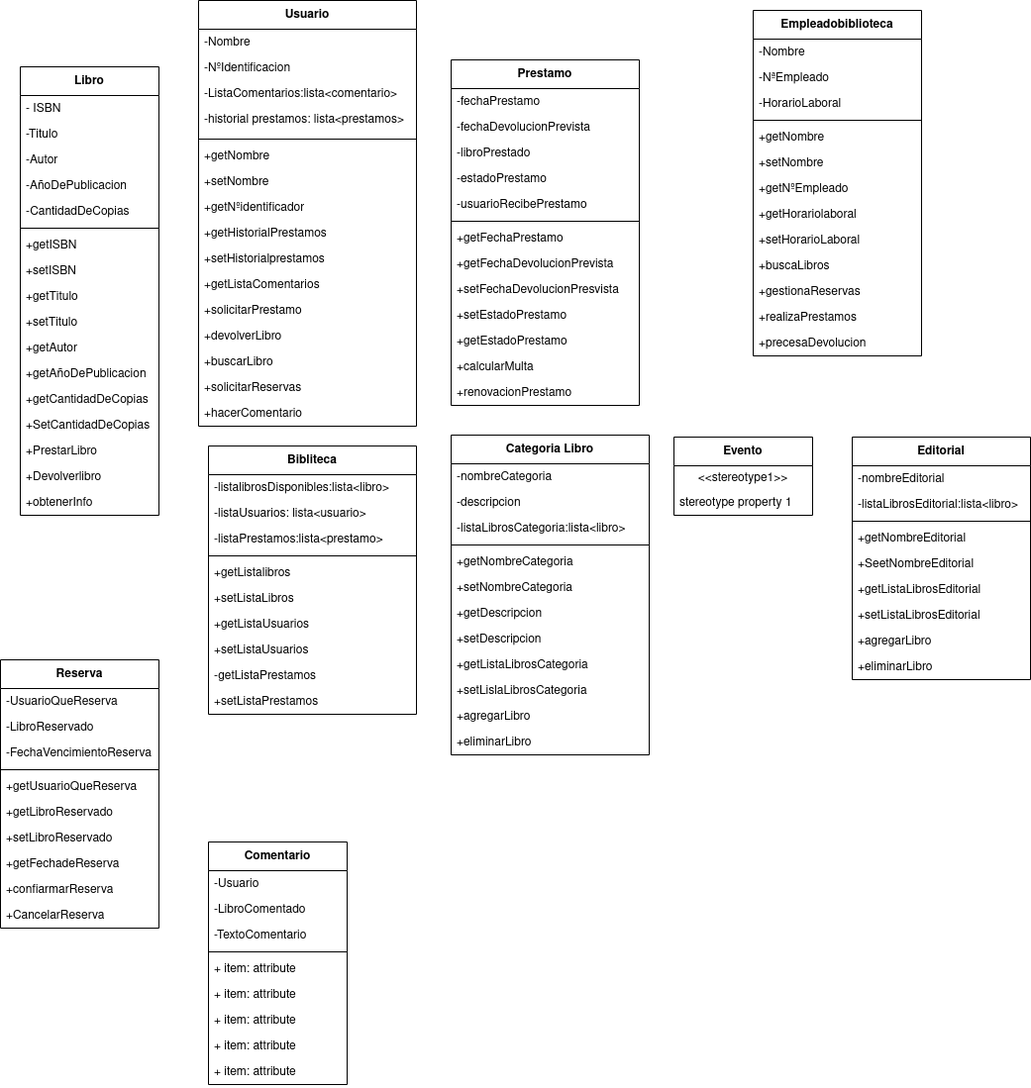
Before: practicas/DiagramaDeClasesProyecto.png, a diagram exported from draw.io (adogonz23/programacion). Source tidied: cells renumbered, new cells last; positions are measured from the earlier drawing's top-left corner, leaving out a move shared by most shapes.
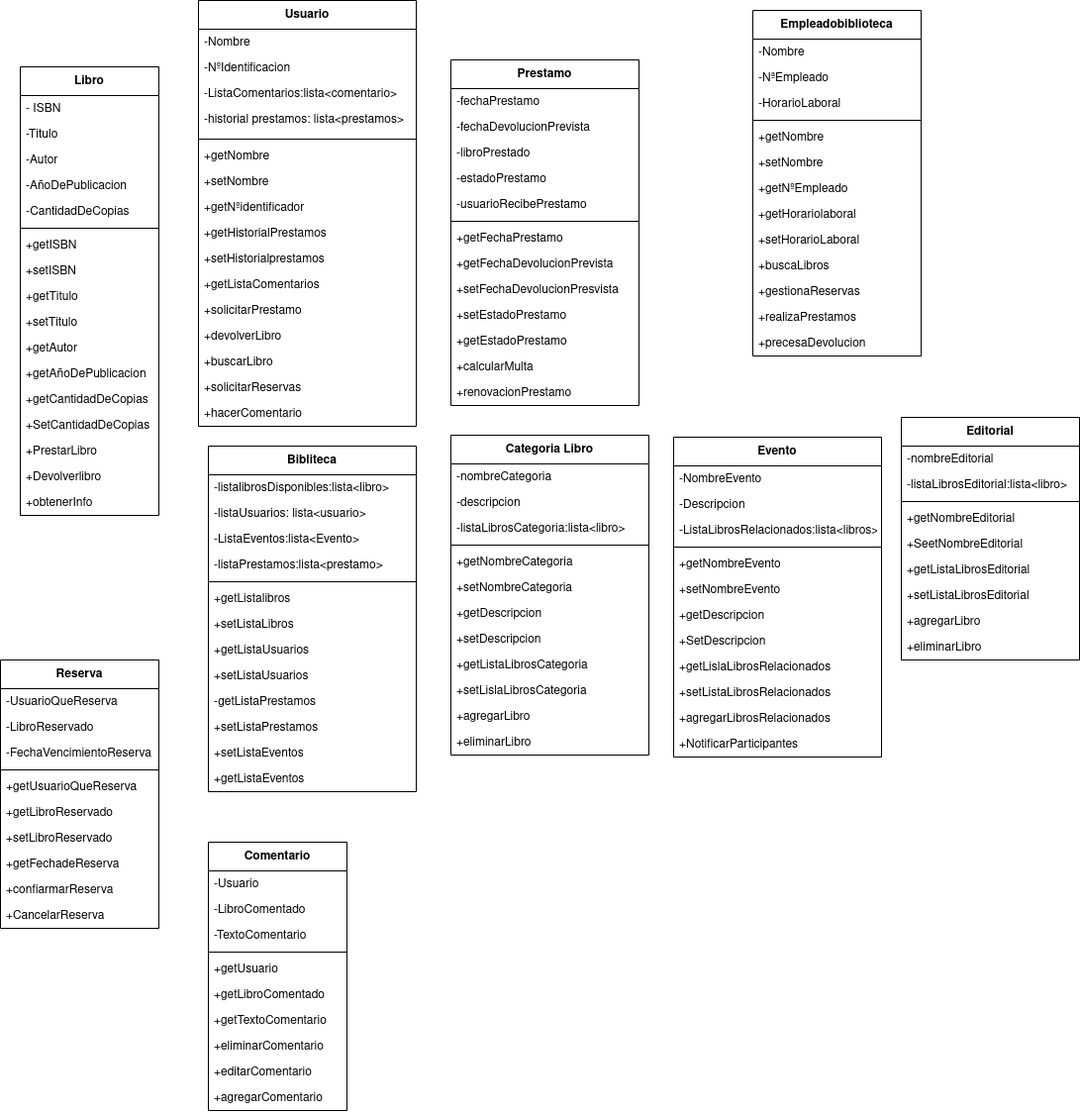
Above is the later version.

The edit, as a diff of the source:
```diff
@@ -3,7 +3,7 @@
     <mxCell id="0" />
     <mxCell id="1" parent="0" />
     <mxCell id="2" value="Bibliteca" style="swimlane;fontStyle=1;align=center;verticalAlign=middle;horizontal=1;startSize=29;html=1;whiteSpace=wrap;" parent="1" vertex="1">
-      <mxGeometry x="210" y="450" width="210" height="271" as="geometry" />
+      <mxGeometry x="210" y="450" width="210" height="349" as="geometry" />
     </mxCell>
     <mxCell id="3" value="-listalibrosDisponibles:lista&amp;lt;libro&amp;gt;" style="text;strokeColor=none;fillColor=none;align=left;verticalAlign=top;spacingLeft=4;spacingRight=4;overflow=hidden;whiteSpace=wrap;html=1;" parent="2" vertex="1">
       <mxGeometry y="29" width="210" height="26" as="geometry" />
@@ -11,30 +11,39 @@
     <mxCell id="4" value="-listaUsuarios: lista&amp;lt;usuario&amp;gt;" style="text;strokeColor=none;fillColor=none;align=left;verticalAlign=top;spacingLeft=4;spacingRight=4;overflow=hidden;whiteSpace=wrap;html=1;" parent="2" vertex="1">
       <mxGeometry y="55" width="210" height="26" as="geometry" />
     </mxCell>
+    <mxCell id="123" value="-ListaEventos:lista&amp;lt;Evento&amp;gt;" style="text;strokeColor=none;fillColor=none;align=left;verticalAlign=top;spacingLeft=4;spacingRight=4;overflow=hidden;whiteSpace=wrap;html=1;" parent="2" vertex="1">
+      <mxGeometry y="81" width="210" height="26" as="geometry" />
+    </mxCell>
     <mxCell id="5" value="-listaPrestamos:lista&amp;lt;prestamo&amp;gt;" style="text;strokeColor=none;fillColor=none;align=left;verticalAlign=top;spacingLeft=4;spacingRight=4;overflow=hidden;whiteSpace=wrap;html=1;" parent="2" vertex="1">
-      <mxGeometry y="81" width="210" height="26" as="geometry" />
+      <mxGeometry y="107" width="210" height="26" as="geometry" />
     </mxCell>
     <mxCell id="6" style="line;strokeWidth=1;fillColor=none;align=left;verticalAlign=middle;spacingTop=-1;spacingLeft=3;spacingRight=3;labelPosition=right;strokeColor=inherit;" parent="2" vertex="1">
-      <mxGeometry y="107" width="210" height="8" as="geometry" />
+      <mxGeometry y="133" width="210" height="8" as="geometry" />
     </mxCell>
     <mxCell id="7" value="+getListalibros" style="text;strokeColor=none;fillColor=none;align=left;verticalAlign=top;spacingLeft=4;spacingRight=4;overflow=hidden;whiteSpace=wrap;html=1;" parent="2" vertex="1">
-      <mxGeometry y="115" width="210" height="26" as="geometry" />
+      <mxGeometry y="141" width="210" height="26" as="geometry" />
     </mxCell>
     <mxCell id="8" value="+setListaLibros" style="text;strokeColor=none;fillColor=none;align=left;verticalAlign=top;spacingLeft=4;spacingRight=4;overflow=hidden;whiteSpace=wrap;html=1;" parent="2" vertex="1">
-      <mxGeometry y="141" width="210" height="26" as="geometry" />
+      <mxGeometry y="167" width="210" height="26" as="geometry" />
     </mxCell>
     <mxCell id="9" value="+getListaUsuarios" style="text;strokeColor=none;fillColor=none;align=left;verticalAlign=top;spacingLeft=4;spacingRight=4;overflow=hidden;whiteSpace=wrap;html=1;" parent="2" vertex="1">
-      <mxGeometry y="167" width="210" height="26" as="geometry" />
+      <mxGeometry y="193" width="210" height="26" as="geometry" />
     </mxCell>
     <mxCell id="10" value="+setListaUsuarios" style="text;strokeColor=none;fillColor=none;align=left;verticalAlign=top;spacingLeft=4;spacingRight=4;overflow=hidden;whiteSpace=wrap;html=1;" parent="2" vertex="1">
-      <mxGeometry y="193" width="210" height="26" as="geometry" />
+      <mxGeometry y="219" width="210" height="26" as="geometry" />
     </mxCell>
     <mxCell id="11" value="-getListaPrestamos" style="text;strokeColor=none;fillColor=none;align=left;verticalAlign=top;spacingLeft=4;spacingRight=4;overflow=hidden;whiteSpace=wrap;html=1;" parent="2" vertex="1">
-      <mxGeometry y="219" width="210" height="26" as="geometry" />
+      <mxGeometry y="245" width="210" height="26" as="geometry" />
     </mxCell>
     <mxCell id="12" value="+setListaPrestamos" style="text;strokeColor=none;fillColor=none;align=left;verticalAlign=top;spacingLeft=4;spacingRight=4;overflow=hidden;whiteSpace=wrap;html=1;" parent="2" vertex="1">
-      <mxGeometry y="245" width="210" height="26" as="geometry" />
+      <mxGeometry y="271" width="210" height="26" as="geometry" />
     </mxCell>
+    <mxCell id="124" value="+setListaEventos" style="text;strokeColor=none;fillColor=none;align=left;verticalAlign=top;spacingLeft=4;spacingRight=4;overflow=hidden;whiteSpace=wrap;html=1;" parent="2" vertex="1">
+      <mxGeometry y="297" width="210" height="26" as="geometry" />
+    </mxCell>
+    <mxCell id="125" value="+getListaEventos" style="text;strokeColor=none;fillColor=none;align=left;verticalAlign=top;spacingLeft=4;spacingRight=4;overflow=hidden;whiteSpace=wrap;html=1;" parent="2" vertex="1">
+      <mxGeometry y="323" width="210" height="26" as="geometry" />
+    </mxCell>
     <mxCell id="13" value="Prestamo" style="swimlane;fontStyle=1;align=center;verticalAlign=middle;horizontal=1;startSize=29;html=1;whiteSpace=wrap;" parent="1" vertex="1">
       <mxGeometry x="455" y="60" width="190" height="349" as="geometry" />
     </mxCell>
@@ -216,7 +225,7 @@
       <mxGeometry y="245" width="160" height="26" as="geometry" />
     </mxCell>
     <mxCell id="73" value="Comentario" style="swimlane;fontStyle=1;align=center;verticalAlign=middle;horizontal=1;startSize=29;html=1;whiteSpace=wrap;" parent="1" vertex="1">
-      <mxGeometry x="210" y="850" width="140" height="245" as="geometry" />
+      <mxGeometry x="210" y="850" width="140" height="271" as="geometry" />
     </mxCell>
     <mxCell id="74" value="-Usuario" style="text;strokeColor=none;fillColor=none;align=left;verticalAlign=top;spacingLeft=4;spacingRight=4;overflow=hidden;whiteSpace=wrap;html=1;" parent="73" vertex="1">
       <mxGeometry y="29" width="140" height="26" as="geometry" />
@@ -230,32 +239,65 @@
     <mxCell id="77" style="line;strokeWidth=1;fillColor=none;align=left;verticalAlign=middle;spacingTop=-1;spacingLeft=3;spacingRight=3;labelPosition=right;strokeColor=inherit;" parent="73" vertex="1">
       <mxGeometry y="107" width="140" height="8" as="geometry" />
     </mxCell>
-    <mxCell id="78" value="+ item: attribute" style="text;strokeColor=none;fillColor=none;align=left;verticalAlign=top;spacingLeft=4;spacingRight=4;overflow=hidden;whiteSpace=wrap;html=1;" parent="73" vertex="1">
+    <mxCell id="78" value="+getUsuario" style="text;strokeColor=none;fillColor=none;align=left;verticalAlign=top;spacingLeft=4;spacingRight=4;overflow=hidden;whiteSpace=wrap;html=1;" parent="73" vertex="1">
       <mxGeometry y="115" width="140" height="26" as="geometry" />
     </mxCell>
-    <mxCell id="79" value="+ item: attribute" style="text;strokeColor=none;fillColor=none;align=left;verticalAlign=top;spacingLeft=4;spacingRight=4;overflow=hidden;whiteSpace=wrap;html=1;" parent="73" vertex="1">
+    <mxCell id="79" value="+getLibroComentado" style="text;strokeColor=none;fillColor=none;align=left;verticalAlign=top;spacingLeft=4;spacingRight=4;overflow=hidden;whiteSpace=wrap;html=1;" parent="73" vertex="1">
       <mxGeometry y="141" width="140" height="26" as="geometry" />
     </mxCell>
-    <mxCell id="80" value="+ item: attribute" style="text;strokeColor=none;fillColor=none;align=left;verticalAlign=top;spacingLeft=4;spacingRight=4;overflow=hidden;whiteSpace=wrap;html=1;" parent="73" vertex="1">
+    <mxCell id="80" value="+getTextoComentario" style="text;strokeColor=none;fillColor=none;align=left;verticalAlign=top;spacingLeft=4;spacingRight=4;overflow=hidden;whiteSpace=wrap;html=1;" parent="73" vertex="1">
       <mxGeometry y="167" width="140" height="26" as="geometry" />
     </mxCell>
-    <mxCell id="81" value="+ item: attribute" style="text;strokeColor=none;fillColor=none;align=left;verticalAlign=top;spacingLeft=4;spacingRight=4;overflow=hidden;whiteSpace=wrap;html=1;" parent="73" vertex="1">
+    <mxCell id="81" value="+eliminarComentario" style="text;strokeColor=none;fillColor=none;align=left;verticalAlign=top;spacingLeft=4;spacingRight=4;overflow=hidden;whiteSpace=wrap;html=1;" parent="73" vertex="1">
       <mxGeometry y="193" width="140" height="26" as="geometry" />
     </mxCell>
+    <mxCell id="126" value="+editarComentario" style="text;strokeColor=none;fillColor=none;align=left;verticalAlign=top;spacingLeft=4;spacingRight=4;overflow=hidden;whiteSpace=wrap;html=1;" parent="73" vertex="1">
+      <mxGeometry y="219" width="140" height="26" as="geometry" />
+    </mxCell>
-    <mxCell id="82" value="+ item: attribute" style="text;strokeColor=none;fillColor=none;align=left;verticalAlign=top;spacingLeft=4;spacingRight=4;overflow=hidden;whiteSpace=wrap;html=1;" parent="73" vertex="1">
-      <mxGeometry y="219" width="140" height="26" as="geometry" />
+    <mxCell id="82" value="+agregarComentario" style="text;strokeColor=none;fillColor=none;align=left;verticalAlign=top;spacingLeft=4;spacingRight=4;overflow=hidden;whiteSpace=wrap;html=1;" parent="73" vertex="1">
+      <mxGeometry y="245" width="140" height="26" as="geometry" />
     </mxCell>
     <mxCell id="83" value="Evento" style="swimlane;fontStyle=1;align=center;verticalAlign=middle;horizontal=1;startSize=29;html=1;whiteSpace=wrap;" parent="1" vertex="1">
-      <mxGeometry x="680" y="441" width="140" height="79" as="geometry" />
+      <mxGeometry x="680" y="441" width="210" height="323" as="geometry" />
     </mxCell>
-    <mxCell id="84" value="&amp;lt;&amp;lt;stereotype1&amp;gt;&amp;gt;" style="text;html=1;strokeColor=none;fillColor=none;align=center;verticalAlign=middle;spacingLeft=4;spacingRight=4;overflow=hidden;whiteSpace=wrap;" parent="83" vertex="1">
-      <mxGeometry y="29" width="140" height="25" as="geometry" />
-    </mxCell>
-    <mxCell id="85" value="stereotype property 1" style="text;html=1;strokeColor=none;fillColor=none;align=left;verticalAlign=middle;spacingLeft=4;spacingRight=4;overflow=hidden;whiteSpace=wrap;" parent="83" vertex="1">
-      <mxGeometry y="54" width="140" height="25" as="geometry" />
-    </mxCell>
+    <mxCell id="127" value="-NombreEvento" style="text;strokeColor=none;fillColor=none;align=left;verticalAlign=top;spacingLeft=4;spacingRight=4;overflow=hidden;whiteSpace=wrap;html=1;" parent="83" vertex="1">
+      <mxGeometry y="29" width="210" height="26" as="geometry" />
+    </mxCell>
+    <mxCell id="128" value="-Descripcion" style="text;strokeColor=none;fillColor=none;align=left;verticalAlign=top;spacingLeft=4;spacingRight=4;overflow=hidden;whiteSpace=wrap;html=1;" parent="83" vertex="1">
+      <mxGeometry y="55" width="210" height="26" as="geometry" />
+    </mxCell>
+    <mxCell id="129" value="-ListaLibrosRelacionados:lista&amp;lt;libros&amp;gt;" style="text;strokeColor=none;fillColor=none;align=left;verticalAlign=top;spacingLeft=4;spacingRight=4;overflow=hidden;whiteSpace=wrap;html=1;" parent="83" vertex="1">
+      <mxGeometry y="81" width="210" height="26" as="geometry" />
+    </mxCell>
+    <mxCell id="130" style="line;strokeWidth=1;fillColor=none;align=left;verticalAlign=middle;spacingTop=-1;spacingLeft=3;spacingRight=3;labelPosition=right;strokeColor=inherit;" parent="83" vertex="1">
+      <mxGeometry y="107" width="210" height="8" as="geometry" />
+    </mxCell>
+    <mxCell id="131" value="+getNombreEvento" style="text;strokeColor=none;fillColor=none;align=left;verticalAlign=top;spacingLeft=4;spacingRight=4;overflow=hidden;whiteSpace=wrap;html=1;" parent="83" vertex="1">
+      <mxGeometry y="115" width="210" height="26" as="geometry" />
+    </mxCell>
+    <mxCell id="132" value="+setNombreEvento" style="text;strokeColor=none;fillColor=none;align=left;verticalAlign=top;spacingLeft=4;spacingRight=4;overflow=hidden;whiteSpace=wrap;html=1;" parent="83" vertex="1">
+      <mxGeometry y="141" width="210" height="26" as="geometry" />
+    </mxCell>
+    <mxCell id="133" value="+getDescripcion" style="text;strokeColor=none;fillColor=none;align=left;verticalAlign=top;spacingLeft=4;spacingRight=4;overflow=hidden;whiteSpace=wrap;html=1;" parent="83" vertex="1">
+      <mxGeometry y="167" width="210" height="26" as="geometry" />
+    </mxCell>
+    <mxCell id="134" value="+SetDescripcion" style="text;strokeColor=none;fillColor=none;align=left;verticalAlign=top;spacingLeft=4;spacingRight=4;overflow=hidden;whiteSpace=wrap;html=1;" parent="83" vertex="1">
+      <mxGeometry y="193" width="210" height="26" as="geometry" />
+    </mxCell>
+    <mxCell id="135" value="+getLislaLibrosRelacionados" style="text;strokeColor=none;fillColor=none;align=left;verticalAlign=top;spacingLeft=4;spacingRight=4;overflow=hidden;whiteSpace=wrap;html=1;" parent="83" vertex="1">
+      <mxGeometry y="219" width="210" height="26" as="geometry" />
+    </mxCell>
+    <mxCell id="136" value="+setListaLibrosRelacionados" style="text;strokeColor=none;fillColor=none;align=left;verticalAlign=top;spacingLeft=4;spacingRight=4;overflow=hidden;whiteSpace=wrap;html=1;" parent="83" vertex="1">
+      <mxGeometry y="245" width="210" height="26" as="geometry" />
+    </mxCell>
+    <mxCell id="137" value="+agregarLibrosRelacionados" style="text;strokeColor=none;fillColor=none;align=left;verticalAlign=top;spacingLeft=4;spacingRight=4;overflow=hidden;whiteSpace=wrap;html=1;" parent="83" vertex="1">
+      <mxGeometry y="271" width="210" height="26" as="geometry" />
+    </mxCell>
+    <mxCell id="138" value="+NotificarParticipantes" style="text;strokeColor=none;fillColor=none;align=left;verticalAlign=top;spacingLeft=4;spacingRight=4;overflow=hidden;whiteSpace=wrap;html=1;" parent="83" vertex="1">
+      <mxGeometry y="297" width="210" height="26" as="geometry" />
+    </mxCell>
     <mxCell id="86" value="Editorial" style="swimlane;fontStyle=1;align=center;verticalAlign=middle;horizontal=1;startSize=29;html=1;whiteSpace=wrap;" parent="1" vertex="1">
-      <mxGeometry x="860" y="441" width="180" height="245" as="geometry" />
+      <mxGeometry x="910" y="421" width="180" height="245" as="geometry" />
     </mxCell>
     <mxCell id="87" value="-nombreEditorial" style="text;strokeColor=none;fillColor=none;align=left;verticalAlign=top;spacingLeft=4;spacingRight=4;overflow=hidden;whiteSpace=wrap;html=1;" parent="86" vertex="1">
       <mxGeometry y="29" width="180" height="26" as="geometry" />
```
